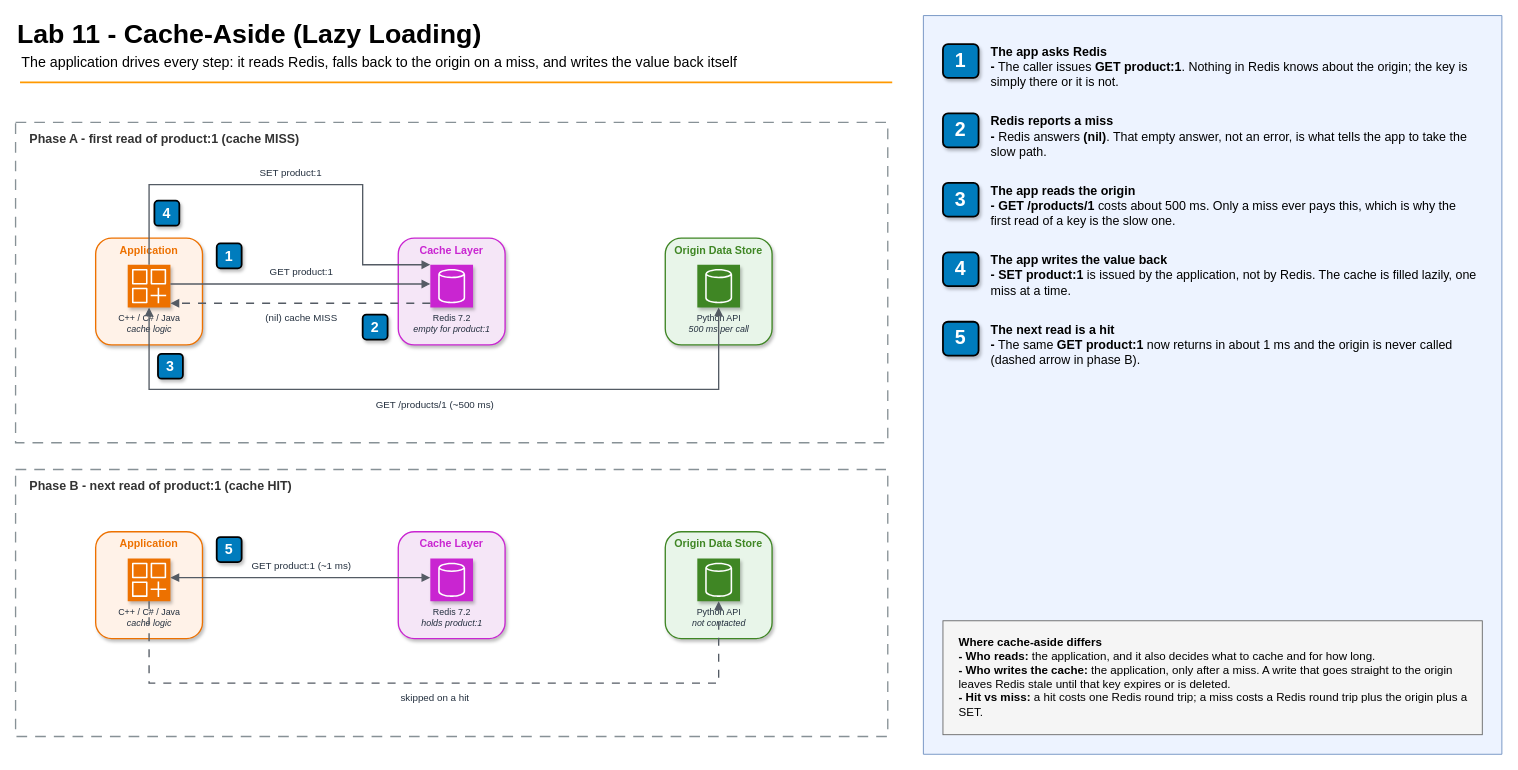
Earlier version of the draw.io diagram 11-caching/diagrams/lab11-cache-aside.drawio (gamaware/system-design-course). Source tidied: cells renumbered, new cells numbered last; positions are measured from the earlier drawing's top-left corner, leaving out a move shared by most shapes. Both pictures are drawn from the tidied source at 89%, with x=0, y=0 at pixel (15, 15). Pictures stored in the file or linked from it are replaced by grey dashed boxes.
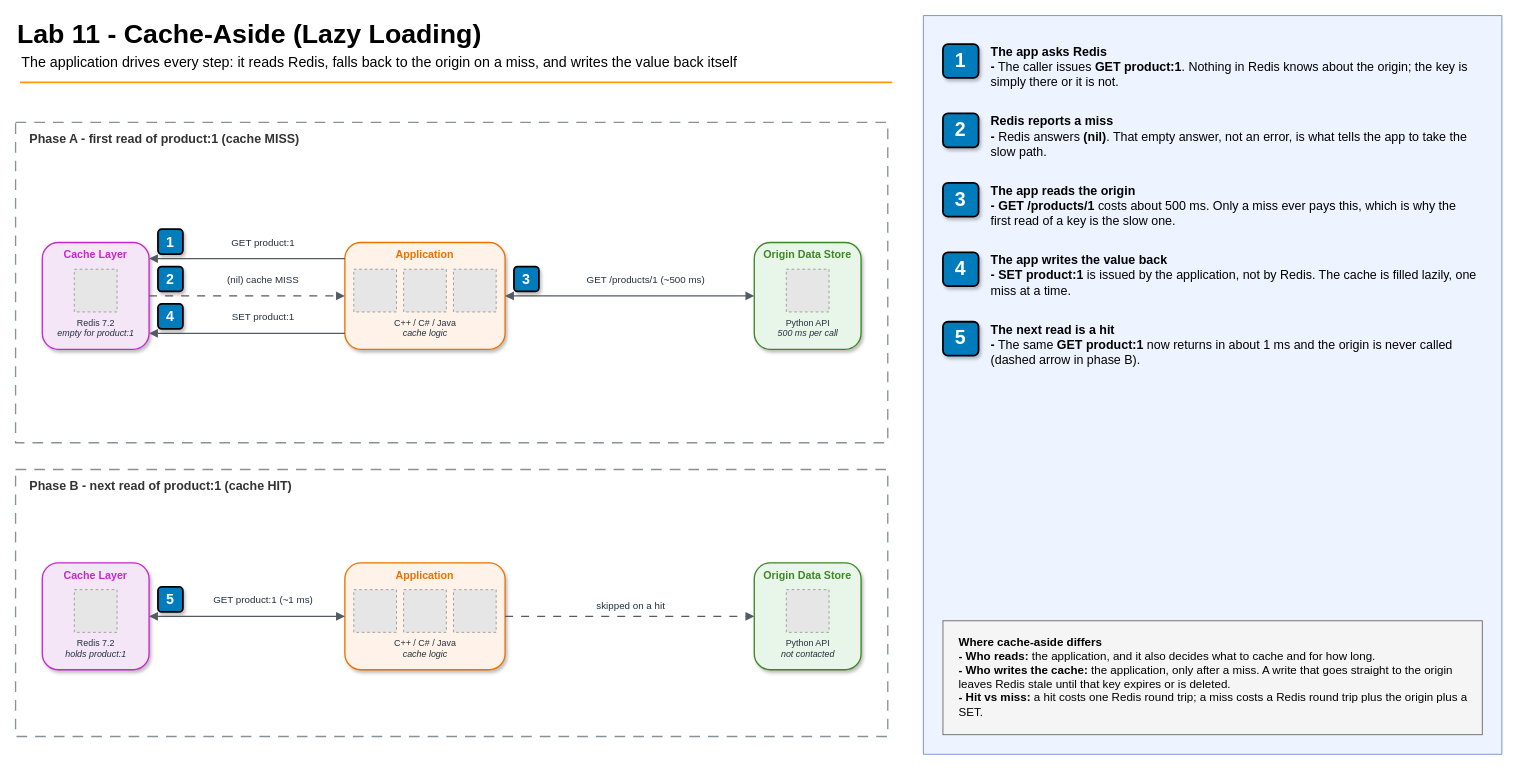
After the change.

The edit, as a diff of the source:
```diff
@@
     <mxCell id="7" value="Application" style="rounded=1;html=1;whiteSpace=wrap;fillColor=#FFF2E8;strokeColor=#ED7100;verticalAlign=top;align=center;fontStyle=1;fontSize=12;fontColor=#ED7100;shadow=1;strokeWidth=1.5;fontFamily=Helvetica;" parent="1" vertex="1">
-      <mxGeometry x="90" y="250" width="120" height="120" as="geometry" />
+      <mxGeometry x="370" y="255" width="180" height="120" as="geometry" />
     </mxCell>
-    <mxCell id="8" value="C++ / C# / Java&lt;div&gt;&lt;i&gt;cache logic&lt;/i&gt;&lt;/div&gt;" style="sketch=0;points=[[0,0,0],[0.25,0,0],[0.5,0,0],[0.75,0,0],[1,0,0],[0,1,0],[0.25,1,0],[0.5,1,0],[0.75,1,0],[1,1,0],[0,0.25,0],[0,0.5,0],[0,0.75,0],[1,0.25,0],[1,0.5,0],[1,0.75,0]];outlineConnect=0;fontColor=#232F3E;fillColor=#ED7100;strokeColor=#ffffff;dashed=0;verticalLabelPosition=bottom;verticalAlign=top;align=center;html=1;fontSize=10;fontStyle=0;shape=mxgraph.aws4.resourceIcon;resIcon=mxgraph.aws4.generic_application;shadow=1;fontFamily=Helvetica;" parent="7" vertex="1">
-      <mxGeometry x="36" y="30" width="48" height="48" as="geometry" />
+    <mxCell id="8" value="C++ / C# / Java&lt;div&gt;&lt;i&gt;cache logic&lt;/i&gt;&lt;/div&gt;" style="fillColor=#E6E6E6;strokeColor=#999999;dashed=1;verticalLabelPosition=bottom;verticalAlign=top;align=center;html=1;labelBackgroundColor=none;fontSize=10;fontColor=#232F3E;fontFamily=Helvetica;" parent="7" vertex="1">
+      <mxGeometry x="66" y="30" width="48" height="48" as="geometry" />
     </mxCell>
+    <mxCell id="50" style="fillColor=#E6E6E6;strokeColor=#999999;dashed=1;verticalLabelPosition=bottom;verticalAlign=top;align=center;html=1;labelBackgroundColor=none;fontSize=10;fontColor=#232F3E;fontFamily=Helvetica;" parent="7" vertex="1">
+      <mxGeometry x="122" y="30" width="48" height="48" as="geometry" />
+    </mxCell>
+    <mxCell id="51" style="fillColor=#E6E6E6;strokeColor=#999999;dashed=1;verticalLabelPosition=bottom;verticalAlign=top;align=center;html=1;labelBackgroundColor=none;fontSize=10;fontColor=#232F3E;fontFamily=Helvetica;" parent="7" vertex="1">
+      <mxGeometry x="10" y="30" width="48" height="48" as="geometry" />
+    </mxCell>
     <mxCell id="9" value="Cache Layer" style="rounded=1;html=1;whiteSpace=wrap;fillColor=#F5E6F7;strokeColor=#C925D1;verticalAlign=top;align=center;fontStyle=1;fontSize=12;fontColor=#C925D1;shadow=1;strokeWidth=1.5;fontFamily=Helvetica;" parent="1" vertex="1">
-      <mxGeometry x="430" y="250" width="120" height="120" as="geometry" />
+      <mxGeometry x="30" y="255" width="120" height="120" as="geometry" />
     </mxCell>
-    <mxCell id="10" value="Redis 7.2&lt;div&gt;&lt;i&gt;empty for product:1&lt;/i&gt;&lt;/div&gt;" style="sketch=0;points=[[0,0,0],[0.25,0,0],[0.5,0,0],[0.75,0,0],[1,0,0],[0,1,0],[0.25,1,0],[0.5,1,0],[0.75,1,0],[1,1,0],[0,0.25,0],[0,0.5,0],[0,0.75,0],[1,0.25,0],[1,0.5,0],[1,0.75,0]];outlineConnect=0;fontColor=#232F3E;fillColor=#C925D1;strokeColor=#ffffff;dashed=0;verticalLabelPosition=bottom;verticalAlign=top;align=center;html=1;fontSize=10;fontStyle=0;shape=mxgraph.aws4.resourceIcon;resIcon=mxgraph.aws4.generic_database;shadow=1;fontFamily=Helvetica;" parent="9" vertex="1">
+    <mxCell id="10" value="Redis 7.2&lt;div&gt;&lt;i&gt;empty for product:1&lt;/i&gt;&lt;/div&gt;" style="fillColor=#E6E6E6;strokeColor=#999999;dashed=1;verticalLabelPosition=bottom;verticalAlign=top;align=center;html=1;labelBackgroundColor=none;fontSize=10;fontColor=#232F3E;fontFamily=Helvetica;" parent="9" vertex="1">
       <mxGeometry x="36" y="30" width="48" height="48" as="geometry" />
     </mxCell>
     <mxCell id="11" value="Origin Data Store" style="rounded=1;html=1;whiteSpace=wrap;fillColor=#E8F5E9;strokeColor=#3F8624;verticalAlign=top;align=center;fontStyle=1;fontSize=12;fontColor=#3F8624;shadow=1;strokeWidth=1.5;fontFamily=Helvetica;" parent="1" vertex="1">
-      <mxGeometry x="730" y="250" width="120" height="120" as="geometry" />
+      <mxGeometry x="830" y="255" width="120" height="120" as="geometry" />
     </mxCell>
-    <mxCell id="12" value="Python API&lt;div&gt;&lt;i&gt;500 ms per call&lt;/i&gt;&lt;/div&gt;" style="sketch=0;points=[[0,0,0],[0.25,0,0],[0.5,0,0],[0.75,0,0],[1,0,0],[0,1,0],[0.25,1,0],[0.5,1,0],[0.75,1,0],[1,1,0],[0,0.25,0],[0,0.5,0],[0,0.75,0],[1,0.25,0],[1,0.5,0],[1,0.75,0]];outlineConnect=0;fontColor=#232F3E;fillColor=#3F8624;strokeColor=#ffffff;dashed=0;verticalLabelPosition=bottom;verticalAlign=top;align=center;html=1;fontSize=10;fontStyle=0;shape=mxgraph.aws4.resourceIcon;resIcon=mxgraph.aws4.generic_database;shadow=1;fontFamily=Helvetica;" parent="11" vertex="1">
+    <mxCell id="12" value="Python API&lt;div&gt;&lt;i&gt;500 ms per call&lt;/i&gt;&lt;/div&gt;" style="fillColor=#E6E6E6;strokeColor=#999999;dashed=1;verticalLabelPosition=bottom;verticalAlign=top;align=center;html=1;labelBackgroundColor=none;fontSize=10;fontColor=#232F3E;fontFamily=Helvetica;" parent="11" vertex="1">
       <mxGeometry x="36" y="30" width="48" height="48" as="geometry" />
     </mxCell>
-    <mxCell id="13" style="edgeStyle=orthogonalEdgeStyle;html=1;rounded=0;jettySize=auto;elbow=vertical;endArrow=block;endFill=1;strokeColor=#545B64;strokeWidth=1.5;fontFamily=Helvetica;exitX=1;exitY=0.45;exitDx=0;exitDy=0;entryX=0;entryY=0.45;entryDx=0;entryDy=0;startArrow=none;" parent="1" edge="1" source="8" target="10">
+    <mxCell id="13" style="edgeStyle=orthogonalEdgeStyle;rounded=0;jettySize=auto;html=1;strokeColor=#545B64;strokeWidth=1.5;endArrow=block;endFill=1;fontFamily=Helvetica;fontSize=11;jumpStyle=arc;jumpSize=10;labelBackgroundColor=default;exitX=0;exitY=0.15;exitDx=0;exitDy=0;entryX=1;entryY=0.15;entryDx=0;entryDy=0;startArrow=none;" parent="1" edge="1" source="7" target="9">
       <mxGeometry relative="1" as="geometry" />
     </mxCell>
-    <mxCell id="14" value="GET product:1" style="edgeLabel;html=1;align=center;verticalAlign=middle;labelBackgroundColor=none;fontSize=11;fontColor=light-dark(#232F3E,#F5F5F5);fontFamily=Helvetica;" parent="13" vertex="1">
+    <mxCell id="14" value="GET product:1" style="edgeLabel;html=1;align=center;verticalAlign=middle;labelBackgroundColor=default;fontSize=11;fontColor=light-dark(#232F3E,#F5F5F5);fontFamily=Helvetica;" parent="13" vertex="1">
       <mxGeometry relative="1" as="geometry">
-        <mxPoint y="-14" as="offset" />
+        <mxPoint x="17" y="-19" as="offset" />
       </mxGeometry>
     </mxCell>
-    <mxCell id="15" style="edgeStyle=orthogonalEdgeStyle;html=1;rounded=0;jettySize=auto;elbow=vertical;endArrow=block;endFill=1;strokeColor=#545B64;strokeWidth=1.5;fontFamily=Helvetica;exitX=0;exitY=0.9;exitDx=0;exitDy=0;entryX=1;entryY=0.9;entryDx=0;entryDy=0;startArrow=none;dashed=1;dashPattern=6 6;" parent="1" edge="1" source="10" target="8">
+    <mxCell id="15" style="edgeStyle=orthogonalEdgeStyle;rounded=0;jettySize=auto;html=1;strokeColor=#545B64;strokeWidth=1.5;endArrow=block;endFill=1;fontFamily=Helvetica;fontSize=11;jumpStyle=arc;jumpSize=10;labelBackgroundColor=default;exitX=1;exitY=0.5;exitDx=0;exitDy=0;entryX=0;entryY=0.5;entryDx=0;entryDy=0;startArrow=none;dashed=1;dashPattern=6 6;" parent="1" edge="1" source="9" target="7">
       <mxGeometry relative="1" as="geometry" />
     </mxCell>
-    <mxCell id="16" value="(nil) cache MISS" style="edgeLabel;html=1;align=center;verticalAlign=middle;labelBackgroundColor=none;fontSize=11;fontColor=light-dark(#232F3E,#F5F5F5);fontFamily=Helvetica;" parent="15" vertex="1">
+    <mxCell id="16" value="(nil) cache MISS" style="edgeLabel;html=1;align=center;verticalAlign=middle;labelBackgroundColor=default;fontSize=11;fontColor=light-dark(#232F3E,#F5F5F5);fontFamily=Helvetica;" parent="15" vertex="1">
       <mxGeometry relative="1" as="geometry">
-        <mxPoint y="16" as="offset" />
+        <mxPoint x="17" y="-19" as="offset" />
       </mxGeometry>
     </mxCell>
-    <mxCell id="17" style="edgeStyle=orthogonalEdgeStyle;html=1;rounded=0;jettySize=auto;elbow=vertical;endArrow=block;endFill=1;strokeColor=#545B64;strokeWidth=1.5;fontFamily=Helvetica;exitX=0.5;exitY=1;exitDx=0;exitDy=0;entryX=0.5;entryY=1;entryDx=0;entryDy=0;startArrow=block;startFill=1;" parent="1" edge="1" source="8" target="12">
-      <mxGeometry relative="1" as="geometry">
-        <Array as="points">
-          <mxPoint x="150" y="420" />
-          <mxPoint x="790" y="420" />
-        </Array>
-      </mxGeometry>
+    <mxCell id="17" style="edgeStyle=orthogonalEdgeStyle;rounded=0;jettySize=auto;html=1;strokeColor=#545B64;strokeWidth=1.5;endArrow=block;endFill=1;fontFamily=Helvetica;fontSize=11;jumpStyle=arc;jumpSize=10;labelBackgroundColor=default;exitX=1;exitY=0.5;exitDx=0;exitDy=0;entryX=0;entryY=0.5;entryDx=0;entryDy=0;startArrow=block;startFill=1;" parent="1" edge="1" source="7" target="11">
+      <mxGeometry relative="1" as="geometry" />
     </mxCell>
-    <mxCell id="18" value="GET /products/1  (~500 ms)" style="edgeLabel;html=1;align=center;verticalAlign=middle;labelBackgroundColor=none;fontSize=11;fontColor=light-dark(#232F3E,#F5F5F5);fontFamily=Helvetica;" parent="17" vertex="1">
+    <mxCell id="18" value="GET /products/1  (~500 ms)" style="edgeLabel;html=1;align=center;verticalAlign=middle;labelBackgroundColor=default;fontSize=11;fontColor=light-dark(#232F3E,#F5F5F5);fontFamily=Helvetica;" parent="17" vertex="1">
       <mxGeometry relative="1" as="geometry">
-        <mxPoint y="16" as="offset" />
+        <mxPoint x="17" y="-19" as="offset" />
       </mxGeometry>
     </mxCell>
-    <mxCell id="19" style="edgeStyle=orthogonalEdgeStyle;html=1;rounded=0;jettySize=auto;elbow=vertical;endArrow=block;endFill=1;strokeColor=#545B64;strokeWidth=1.5;fontFamily=Helvetica;exitX=0.5;exitY=0;exitDx=0;exitDy=0;entryX=0;entryY=0;entryDx=0;entryDy=0;startArrow=none;" parent="1" edge="1" source="8" target="10">
-      <mxGeometry relative="1" as="geometry">
-        <Array as="points">
-          <mxPoint x="150" y="190" />
-          <mxPoint x="390" y="190" />
-          <mxPoint x="390" y="280" />
-        </Array>
-      </mxGeometry>
+    <mxCell id="19" style="edgeStyle=orthogonalEdgeStyle;rounded=0;jettySize=auto;html=1;strokeColor=#545B64;strokeWidth=1.5;endArrow=block;endFill=1;fontFamily=Helvetica;fontSize=11;jumpStyle=arc;jumpSize=10;labelBackgroundColor=default;exitX=0;exitY=0.85;exitDx=0;exitDy=0;entryX=1;entryY=0.85;entryDx=0;entryDy=0;startArrow=none;" parent="1" edge="1" source="7" target="9">
+      <mxGeometry relative="1" as="geometry" />
     </mxCell>
-    <mxCell id="20" value="SET product:1" style="edgeLabel;html=1;align=center;verticalAlign=middle;labelBackgroundColor=none;fontSize=11;fontColor=light-dark(#232F3E,#F5F5F5);fontFamily=Helvetica;" parent="19" vertex="1">
+    <mxCell id="20" value="SET product:1" style="edgeLabel;html=1;align=center;verticalAlign=middle;labelBackgroundColor=default;fontSize=11;fontColor=light-dark(#232F3E,#F5F5F5);fontFamily=Helvetica;" parent="19" vertex="1">
       <mxGeometry relative="1" as="geometry">
-        <mxPoint y="-14" as="offset" />
+        <mxPoint x="17" y="-19" as="offset" />
       </mxGeometry>
     </mxCell>
     <mxCell id="21" value="1" style="rounded=1;whiteSpace=wrap;html=1;fillColor=#007CBD;strokeColor=default;fontColor=#FFFFFF;fontStyle=1;fontSize=16;shadow=1;glass=0;strokeWidth=2;align=center;verticalAlign=middle;labelBackgroundColor=none;fontFamily=Helvetica;" parent="1" vertex="1">
-      <mxGeometry x="226" y="256" width="28" height="28" as="geometry" />
+      <mxGeometry x="160" y="240" width="28" height="28" as="geometry" />
     </mxCell>
     <mxCell id="22" value="2" style="rounded=1;whiteSpace=wrap;html=1;fillColor=#007CBD;strokeColor=default;fontColor=#FFFFFF;fontStyle=1;fontSize=16;shadow=1;glass=0;strokeWidth=2;align=center;verticalAlign=middle;labelBackgroundColor=none;fontFamily=Helvetica;" parent="1" vertex="1">
-      <mxGeometry x="390" y="336" width="28" height="28" as="geometry" />
+      <mxGeometry x="160" y="282" width="28" height="28" as="geometry" />
     </mxCell>
     <mxCell id="23" value="3" style="rounded=1;whiteSpace=wrap;html=1;fillColor=#007CBD;strokeColor=default;fontColor=#FFFFFF;fontStyle=1;fontSize=16;shadow=1;glass=0;strokeWidth=2;align=center;verticalAlign=middle;labelBackgroundColor=none;fontFamily=Helvetica;" parent="1" vertex="1">
-      <mxGeometry x="160" y="380" width="28" height="28" as="geometry" />
+      <mxGeometry x="560" y="282" width="28" height="28" as="geometry" />
     </mxCell>
     <mxCell id="24" value="4" style="rounded=1;whiteSpace=wrap;html=1;fillColor=#007CBD;strokeColor=default;fontColor=#FFFFFF;fontStyle=1;fontSize=16;shadow=1;glass=0;strokeWidth=2;align=center;verticalAlign=middle;labelBackgroundColor=none;fontFamily=Helvetica;" parent="1" vertex="1">
-      <mxGeometry x="156" y="208" width="28" height="28" as="geometry" />
+      <mxGeometry x="160" y="324" width="28" height="28" as="geometry" />
     </mxCell>
@@
     <mxCell id="26" value="Application" style="rounded=1;html=1;whiteSpace=wrap;fillColor=#FFF2E8;strokeColor=#ED7100;verticalAlign=top;align=center;fontStyle=1;fontSize=12;fontColor=#ED7100;shadow=1;strokeWidth=1.5;fontFamily=Helvetica;" parent="1" vertex="1">
-      <mxGeometry x="90" y="580" width="120" height="120" as="geometry" />
+      <mxGeometry x="370" y="615" width="180" height="120" as="geometry" />
     </mxCell>
-    <mxCell id="27" value="C++ / C# / Java&lt;div&gt;&lt;i&gt;cache logic&lt;/i&gt;&lt;/div&gt;" style="sketch=0;points=[[0,0,0],[0.25,0,0],[0.5,0,0],[0.75,0,0],[1,0,0],[0,1,0],[0.25,1,0],[0.5,1,0],[0.75,1,0],[1,1,0],[0,0.25,0],[0,0.5,0],[0,0.75,0],[1,0.25,0],[1,0.5,0],[1,0.75,0]];outlineConnect=0;fontColor=#232F3E;fillColor=#ED7100;strokeColor=#ffffff;dashed=0;verticalLabelPosition=bottom;verticalAlign=top;align=center;html=1;fontSize=10;fontStyle=0;shape=mxgraph.aws4.resourceIcon;resIcon=mxgraph.aws4.generic_application;shadow=1;fontFamily=Helvetica;" parent="26" vertex="1">
-      <mxGeometry x="36" y="30" width="48" height="48" as="geometry" />
+    <mxCell id="27" value="C++ / C# / Java&lt;div&gt;&lt;i&gt;cache logic&lt;/i&gt;&lt;/div&gt;" style="fillColor=#E6E6E6;strokeColor=#999999;dashed=1;verticalLabelPosition=bottom;verticalAlign=top;align=center;html=1;labelBackgroundColor=none;fontSize=10;fontColor=#232F3E;fontFamily=Helvetica;" parent="26" vertex="1">
+      <mxGeometry x="66" y="30" width="48" height="48" as="geometry" />
     </mxCell>
+    <mxCell id="52" style="fillColor=#E6E6E6;strokeColor=#999999;dashed=1;verticalLabelPosition=bottom;verticalAlign=top;align=center;html=1;labelBackgroundColor=none;fontSize=10;fontColor=#232F3E;fontFamily=Helvetica;" parent="26" vertex="1">
+      <mxGeometry x="122" y="30" width="48" height="48" as="geometry" />
+    </mxCell>
+    <mxCell id="53" style="fillColor=#E6E6E6;strokeColor=#999999;dashed=1;verticalLabelPosition=bottom;verticalAlign=top;align=center;html=1;labelBackgroundColor=none;fontSize=10;fontColor=#232F3E;fontFamily=Helvetica;" parent="26" vertex="1">
+      <mxGeometry x="10" y="30" width="48" height="48" as="geometry" />
+    </mxCell>
     <mxCell id="28" value="Cache Layer" style="rounded=1;html=1;whiteSpace=wrap;fillColor=#F5E6F7;strokeColor=#C925D1;verticalAlign=top;align=center;fontStyle=1;fontSize=12;fontColor=#C925D1;shadow=1;strokeWidth=1.5;fontFamily=Helvetica;" parent="1" vertex="1">
-      <mxGeometry x="430" y="580" width="120" height="120" as="geometry" />
+      <mxGeometry x="30" y="615" width="120" height="120" as="geometry" />
     </mxCell>
-    <mxCell id="29" value="Redis 7.2&lt;div&gt;&lt;i&gt;holds product:1&lt;/i&gt;&lt;/div&gt;" style="sketch=0;points=[[0,0,0],[0.25,0,0],[0.5,0,0],[0.75,0,0],[1,0,0],[0,1,0],[0.25,1,0],[0.5,1,0],[0.75,1,0],[1,1,0],[0,0.25,0],[0,0.5,0],[0,0.75,0],[1,0.25,0],[1,0.5,0],[1,0.75,0]];outlineConnect=0;fontColor=#232F3E;fillColor=#C925D1;strokeColor=#ffffff;dashed=0;verticalLabelPosition=bottom;verticalAlign=top;align=center;html=1;fontSize=10;fontStyle=0;shape=mxgraph.aws4.resourceIcon;resIcon=mxgraph.aws4.generic_database;shadow=1;fontFamily=Helvetica;" parent="28" vertex="1">
+    <mxCell id="29" value="Redis 7.2&lt;div&gt;&lt;i&gt;holds product:1&lt;/i&gt;&lt;/div&gt;" style="fillColor=#E6E6E6;strokeColor=#999999;dashed=1;verticalLabelPosition=bottom;verticalAlign=top;align=center;html=1;labelBackgroundColor=none;fontSize=10;fontColor=#232F3E;fontFamily=Helvetica;" parent="28" vertex="1">
       <mxGeometry x="36" y="30" width="48" height="48" as="geometry" />
     </mxCell>
     <mxCell id="30" value="Origin Data Store" style="rounded=1;html=1;whiteSpace=wrap;fillColor=#E8F5E9;strokeColor=#3F8624;verticalAlign=top;align=center;fontStyle=1;fontSize=12;fontColor=#3F8624;shadow=1;strokeWidth=1.5;fontFamily=Helvetica;" parent="1" vertex="1">
-      <mxGeometry x="730" y="580" width="120" height="120" as="geometry" />
+      <mxGeometry x="830" y="615" width="120" height="120" as="geometry" />
     </mxCell>
-    <mxCell id="31" value="Python API&lt;div&gt;&lt;i&gt;not contacted&lt;/i&gt;&lt;/div&gt;" style="sketch=0;points=[[0,0,0],[0.25,0,0],[0.5,0,0],[0.75,0,0],[1,0,0],[0,1,0],[0.25,1,0],[0.5,1,0],[0.75,1,0],[1,1,0],[0,0.25,0],[0,0.5,0],[0,0.75,0],[1,0.25,0],[1,0.5,0],[1,0.75,0]];outlineConnect=0;fontColor=#232F3E;fillColor=#3F8624;strokeColor=#ffffff;dashed=0;verticalLabelPosition=bottom;verticalAlign=top;align=center;html=1;fontSize=10;fontStyle=0;shape=mxgraph.aws4.resourceIcon;resIcon=mxgraph.aws4.generic_database;shadow=1;fontFamily=Helvetica;" parent="30" vertex="1">
+    <mxCell id="31" value="Python API&lt;div&gt;&lt;i&gt;not contacted&lt;/i&gt;&lt;/div&gt;" style="fillColor=#E6E6E6;strokeColor=#999999;dashed=1;verticalLabelPosition=bottom;verticalAlign=top;align=center;html=1;labelBackgroundColor=none;fontSize=10;fontColor=#232F3E;fontFamily=Helvetica;" parent="30" vertex="1">
       <mxGeometry x="36" y="30" width="48" height="48" as="geometry" />
     </mxCell>
-    <mxCell id="32" style="edgeStyle=orthogonalEdgeStyle;html=1;rounded=0;jettySize=auto;elbow=vertical;endArrow=block;endFill=1;strokeColor=#545B64;strokeWidth=1.5;fontFamily=Helvetica;exitX=1;exitY=0.45;exitDx=0;exitDy=0;entryX=0;entryY=0.45;entryDx=0;entryDy=0;startArrow=block;startFill=1;" parent="1" edge="1" source="27" target="29">
+    <mxCell id="32" style="edgeStyle=orthogonalEdgeStyle;rounded=0;jettySize=auto;html=1;strokeColor=#545B64;strokeWidth=1.5;endArrow=block;endFill=1;fontFamily=Helvetica;fontSize=11;jumpStyle=arc;jumpSize=10;labelBackgroundColor=default;exitX=0;exitY=0.5;exitDx=0;exitDy=0;entryX=1;entryY=0.5;entryDx=0;entryDy=0;startArrow=block;startFill=1;" parent="1" edge="1" source="26" target="28">
       <mxGeometry relative="1" as="geometry" />
     </mxCell>
-    <mxCell id="33" value="GET product:1  (~1 ms)" style="edgeLabel;html=1;align=center;verticalAlign=middle;labelBackgroundColor=none;fontSize=11;fontColor=light-dark(#232F3E,#F5F5F5);fontFamily=Helvetica;" parent="32" vertex="1">
+    <mxCell id="33" value="GET product:1  (~1 ms)" style="edgeLabel;html=1;align=center;verticalAlign=middle;labelBackgroundColor=default;fontSize=11;fontColor=light-dark(#232F3E,#F5F5F5);fontFamily=Helvetica;" parent="32" vertex="1">
       <mxGeometry relative="1" as="geometry">
-        <mxPoint y="-14" as="offset" />
+        <mxPoint x="17" y="-19" as="offset" />
       </mxGeometry>
     </mxCell>
-    <mxCell id="34" style="edgeStyle=orthogonalEdgeStyle;html=1;rounded=0;jettySize=auto;elbow=vertical;endArrow=block;endFill=1;strokeColor=#545B64;strokeWidth=1.5;fontFamily=Helvetica;exitX=0.5;exitY=1;exitDx=0;exitDy=0;entryX=0.5;entryY=1;entryDx=0;entryDy=0;startArrow=none;dashed=1;dashPattern=6 6;" parent="1" edge="1" source="27" target="31">
-      <mxGeometry relative="1" as="geometry">
-        <Array as="points">
-          <mxPoint x="150" y="750" />
-          <mxPoint x="790" y="750" />
-        </Array>
-      </mxGeometry>
+    <mxCell id="34" style="edgeStyle=orthogonalEdgeStyle;rounded=0;jettySize=auto;html=1;strokeColor=#545B64;strokeWidth=1.5;endArrow=block;endFill=1;fontFamily=Helvetica;fontSize=11;jumpStyle=arc;jumpSize=10;labelBackgroundColor=default;exitX=1;exitY=0.5;exitDx=0;exitDy=0;entryX=0;entryY=0.5;entryDx=0;entryDy=0;startArrow=none;dashed=1;dashPattern=6 6;" parent="1" edge="1" source="26" target="30">
+      <mxGeometry relative="1" as="geometry" />
     </mxCell>
-    <mxCell id="35" value="skipped on a hit" style="edgeLabel;html=1;align=center;verticalAlign=middle;labelBackgroundColor=none;fontSize=11;fontColor=light-dark(#232F3E,#F5F5F5);fontFamily=Helvetica;" parent="34" vertex="1">
+    <mxCell id="35" value="skipped on a hit" style="edgeLabel;html=1;align=center;verticalAlign=middle;labelBackgroundColor=default;fontSize=11;fontColor=light-dark(#232F3E,#F5F5F5);fontFamily=Helvetica;" parent="34" vertex="1">
       <mxGeometry relative="1" as="geometry">
-        <mxPoint y="16" as="offset" />
+        <mxPoint y="-13" as="offset" />
       </mxGeometry>
     </mxCell>
     <mxCell id="36" value="5" style="rounded=1;whiteSpace=wrap;html=1;fillColor=#007CBD;strokeColor=default;fontColor=#FFFFFF;fontStyle=1;fontSize=16;shadow=1;glass=0;strokeWidth=2;align=center;verticalAlign=middle;labelBackgroundColor=none;fontFamily=Helvetica;" parent="1" vertex="1">
-      <mxGeometry x="226" y="586" width="28" height="28" as="geometry" />
+      <mxGeometry x="160" y="642" width="28" height="28" as="geometry" />
     </mxCell>
```
